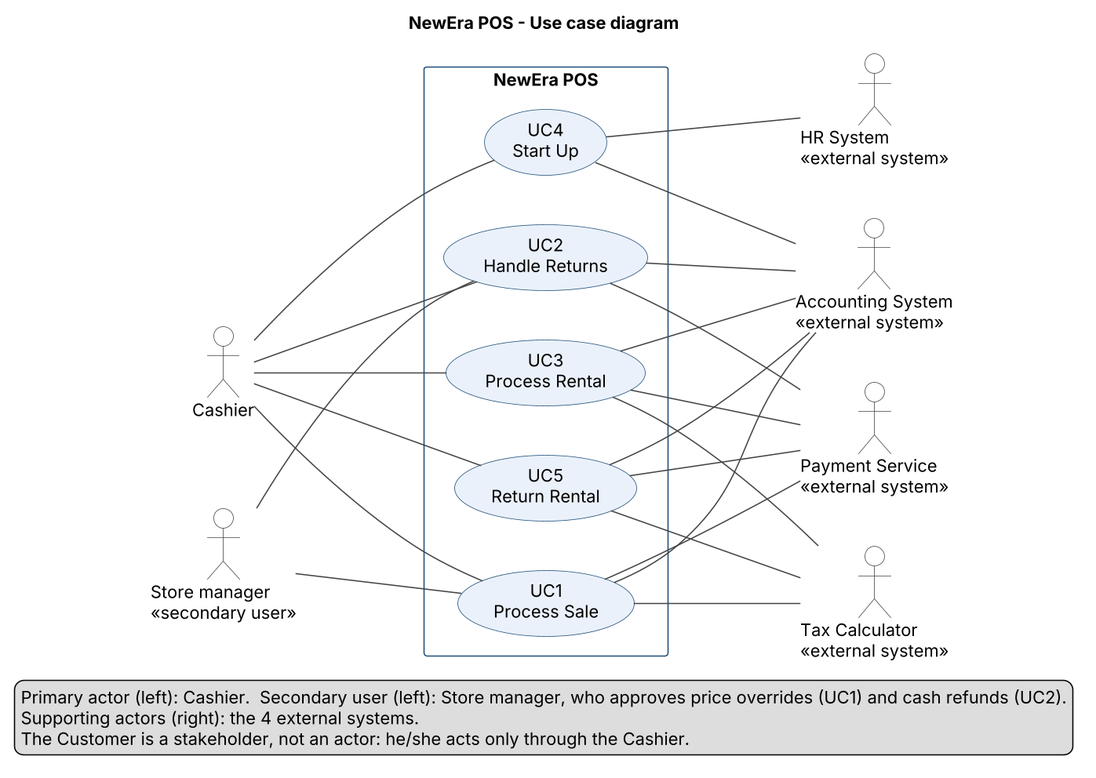
Above: assets/use_case_diagram.png in bhsei/26D (PlantUML), before the change.
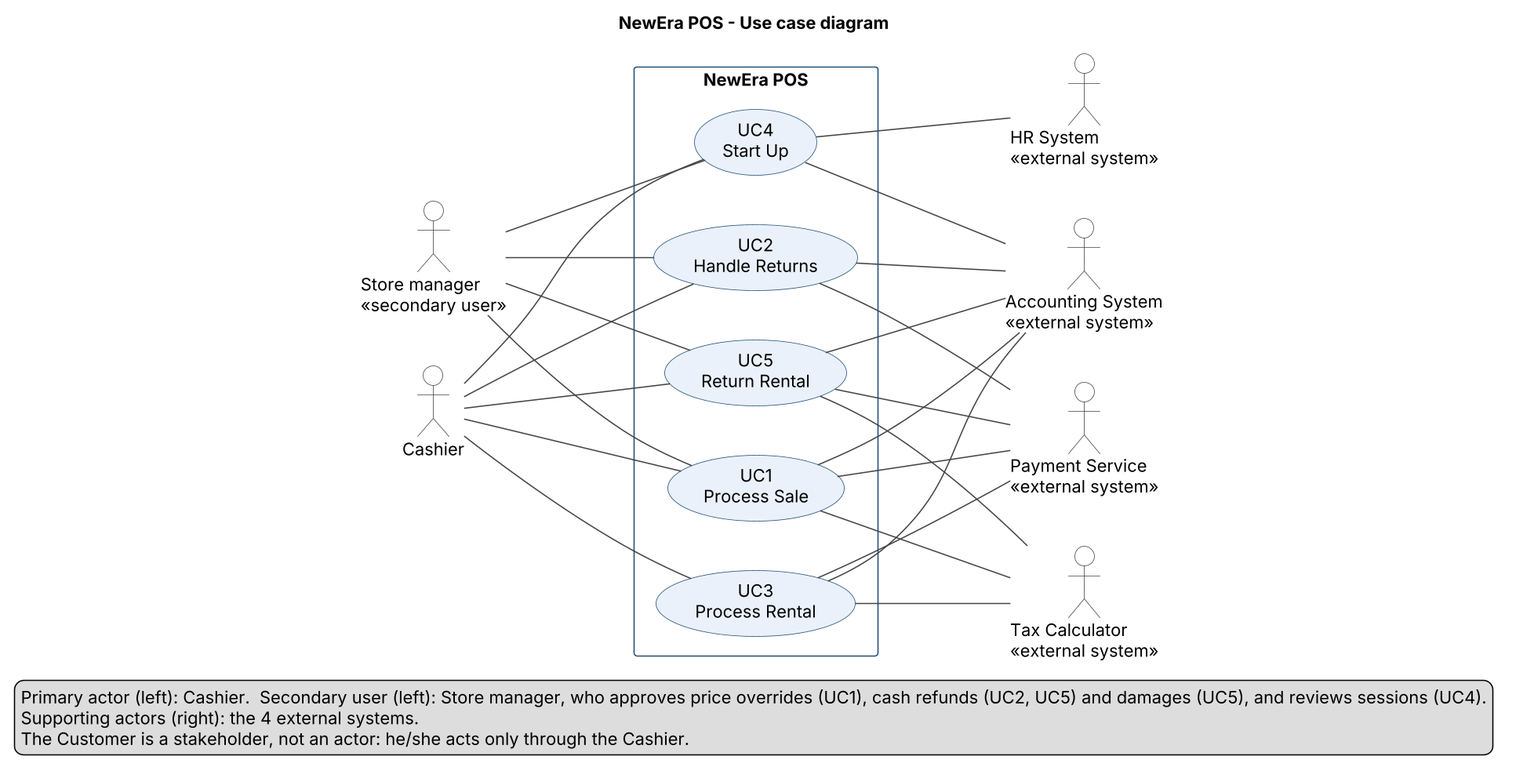
After the commit.

Commit message:
W9 - Use case model v1.1; aligned with SRS v1.2 (rental rules, one tender, store manager in UC4 and UC5)

The edit, as a diff of the source:
```diff
@@ -41,6 +41,8 @@
 
 Manager -- UC1
 Manager -- UC2
+Manager -- UC4
+Manager -- UC5
 
 UC1 -- Payment
 UC2 -- Payment
@@ -60,7 +62,7 @@
 UC4 -- HR
 
 legend bottom
-  Primary actor (left): Cashier.  Secondary user (left): Store manager, who approves price overrides (UC1) and cash refunds (UC2).
+  Primary actor (left): Cashier.  Secondary user (left): Store manager, who approves price overrides (UC1), cash refunds (UC2, UC5) and damages (UC5), and reviews sessions (UC4).
   Supporting actors (right): the 4 external systems.
   The Customer is a stakeholder, not an actor: he/she acts only through the Cashier.
 endlegend
```
